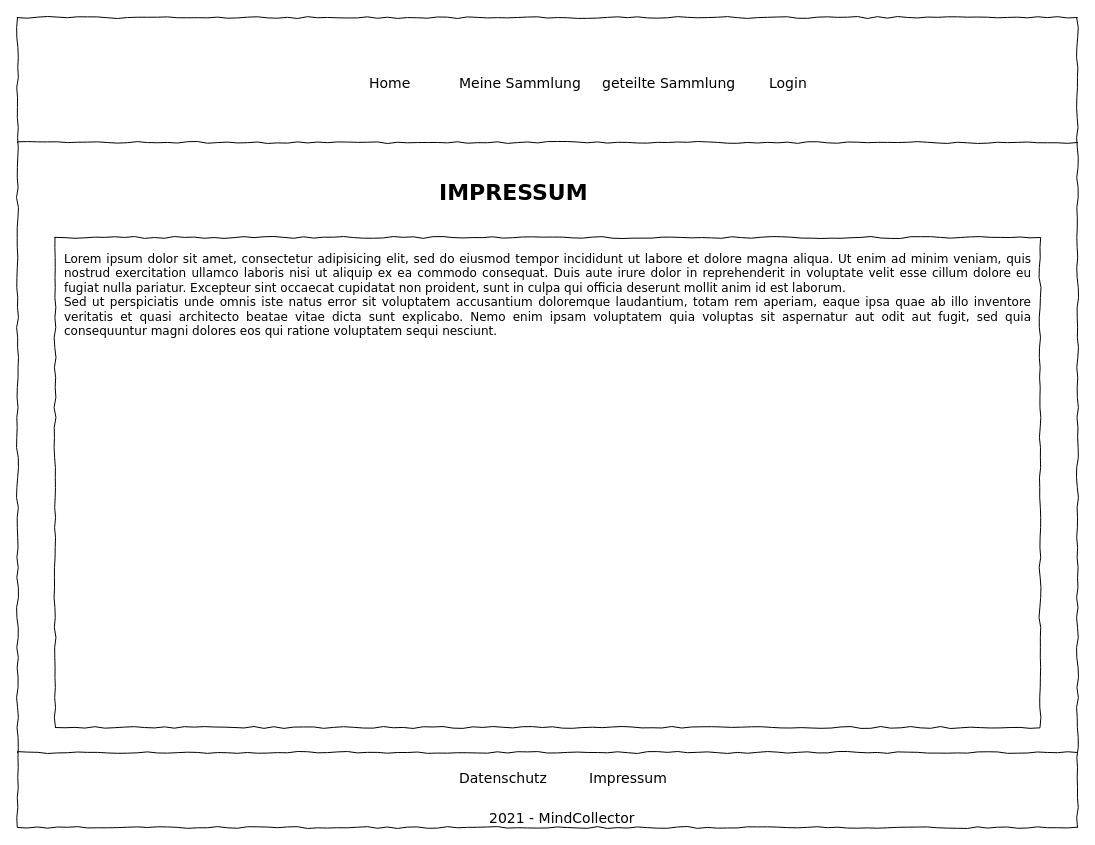
Above: page "Impressum" (2 of 10) of Mockup/mockups.drawio in MindCollector-Softwareprojekt2021/MindCollector (draw.io), before the change. Source tidied: cells renumbered, new cells numbered last; positions are measured from the earlier drawing's top-left corner, leaving out a move shared by most shapes. Both pictures are drawn from the tidied source at 100%, with x=0, y=0 at pixel (17, 17).
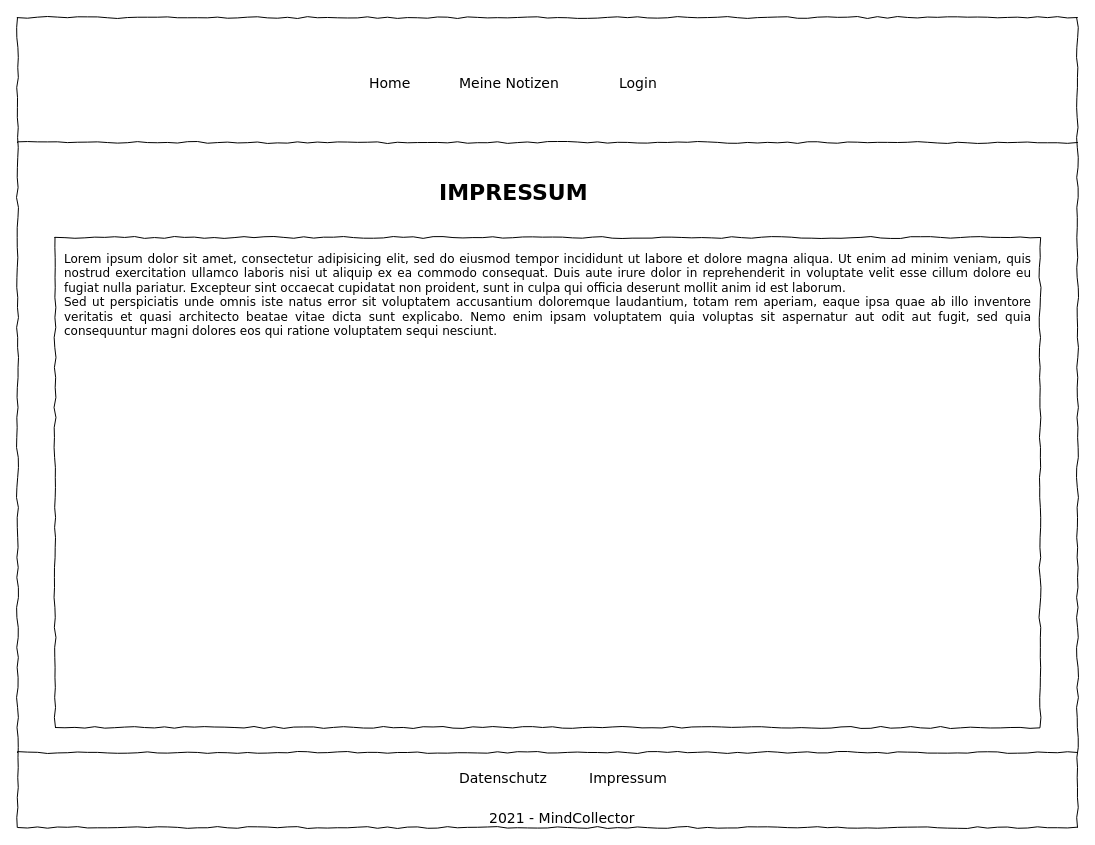
After the change.

Change to the diagram source:
```diff
@@
 <mxGraphModel>
   <root>
     <mxCell id="0" />
     <mxCell id="1" parent="0" />
     <mxCell id="2" style="whiteSpace=wrap;html=1;rounded=0;shadow=0;labelBackgroundColor=none;strokeColor=#000000;strokeWidth=1;fillColor=none;fontFamily=Verdana;fontSize=12;fontColor=#000000;align=center;comic=1;" parent="1" vertex="1">
       <mxGeometry width="1060" height="810" as="geometry" />
     </mxCell>
     <mxCell id="3" value="Home" style="text;html=1;align=left;verticalAlign=top;spacingTop=-4;fontSize=14;fontFamily=Verdana;" parent="1" vertex="1">
       <mxGeometry x="350" y="55" width="60" height="20" as="geometry" />
     </mxCell>
-    <mxCell id="4" value="Meine Sammlung" style="text;html=1;align=left;verticalAlign=top;spacingTop=-4;fontSize=14;fontFamily=Verdana;" parent="1" vertex="1">
+    <mxCell id="4" value="Meine Notizen" style="text;html=1;align=left;verticalAlign=top;spacingTop=-4;fontSize=14;fontFamily=Verdana;" parent="1" vertex="1">
       <mxGeometry x="440" y="55" width="90" height="20" as="geometry" />
     </mxCell>
     <mxCell id="5" style="line;strokeWidth=1;html=1;rounded=0;shadow=0;labelBackgroundColor=none;fillColor=none;fontFamily=Verdana;fontSize=14;fontColor=#000000;align=center;comic=1;" parent="1" vertex="1">
       <mxGeometry y="120" width="1060" height="10" as="geometry" />
     </mxCell>
     <mxCell id="6" value="&lt;div style=&quot;text-align: justify&quot;&gt;&lt;span&gt;Lorem ipsum dolor sit amet, consectetur adipisicing elit, sed do eiusmod tempor incididunt ut labore et dolore magna aliqua. Ut enim ad minim veniam, quis nostrud exercitation ullamco laboris nisi ut aliquip ex ea commodo consequat. Duis aute irure dolor in reprehenderit in voluptate velit esse cillum dolore eu fugiat nulla pariatur. Excepteur sint occaecat cupidatat non proident, sunt in culpa qui officia deserunt mollit anim id est laborum.&lt;/span&gt;&lt;/div&gt;&lt;div style=&quot;text-align: justify&quot;&gt;&lt;span&gt;Sed ut perspiciatis unde omnis iste natus error sit voluptatem accusantium doloremque laudantium, totam rem aperiam, eaque ipsa quae ab illo inventore veritatis et quasi architecto beatae vitae dicta sunt explicabo. Nemo enim ipsam voluptatem quia voluptas sit aspernatur aut odit aut fugit, sed quia consequuntur magni dolores eos qui ratione voluptatem sequi nesciunt.&amp;nbsp;&lt;/span&gt;&lt;/div&gt;" style="whiteSpace=wrap;html=1;rounded=0;shadow=0;labelBackgroundColor=none;strokeWidth=1;fillColor=none;fontFamily=Verdana;fontSize=12;align=center;verticalAlign=top;spacing=10;comic=1;" parent="1" vertex="1">
       <mxGeometry x="37.5" y="220" width="985" height="490" as="geometry" />
     </mxCell>
     <mxCell id="7" style="line;strokeWidth=1;html=1;rounded=0;shadow=0;labelBackgroundColor=none;fillColor=none;fontFamily=Verdana;fontSize=14;fontColor=#000000;align=center;comic=1;" parent="1" vertex="1">
       <mxGeometry y="730" width="1060" height="10" as="geometry" />
     </mxCell>
     <mxCell id="8" value="2021 - MindCollector" style="text;html=1;align=left;verticalAlign=top;spacingTop=-4;fontSize=14;fontFamily=Verdana;" parent="1" vertex="1">
       <mxGeometry x="470" y="790" width="60" height="20" as="geometry" />
     </mxCell>
     <mxCell id="9" value="Datenschutz" style="text;html=1;align=left;verticalAlign=top;spacingTop=-4;fontSize=14;fontFamily=Verdana;" parent="1" vertex="1">
       <mxGeometry x="440" y="750" width="60" height="20" as="geometry" />
     </mxCell>
     <mxCell id="10" value="Impressum" style="text;html=1;align=left;verticalAlign=top;spacingTop=-4;fontSize=14;fontFamily=Verdana;" parent="1" vertex="1">
       <mxGeometry x="570" y="750" width="60" height="20" as="geometry" />
     </mxCell>
-    <mxCell id="11" value="geteilte Sammlung" style="text;html=1;align=left;verticalAlign=top;spacingTop=-4;fontSize=14;fontFamily=Verdana;" parent="1" vertex="1">
-      <mxGeometry x="582.5" y="55" width="90" height="20" as="geometry" />
-    </mxCell>
     <mxCell id="12" value="Login" style="text;html=1;align=left;verticalAlign=top;spacingTop=-4;fontSize=14;fontFamily=Verdana;" parent="1" vertex="1">
-      <mxGeometry x="750" y="55" width="90" height="20" as="geometry" />
+      <mxGeometry x="600" y="55" width="90" height="20" as="geometry" />
     </mxCell>
     <mxCell id="13" value="&lt;b&gt;&lt;font style=&quot;font-size: 22px&quot;&gt;IMPRESSUM&lt;/font&gt;&lt;/b&gt;" style="text;html=1;align=left;verticalAlign=top;spacingTop=-4;fontSize=14;fontFamily=Verdana;" parent="1" vertex="1">
       <mxGeometry x="420" y="160" width="90" height="20" as="geometry" />
     </mxCell>
   </root>
 </mxGraphModel>
```
